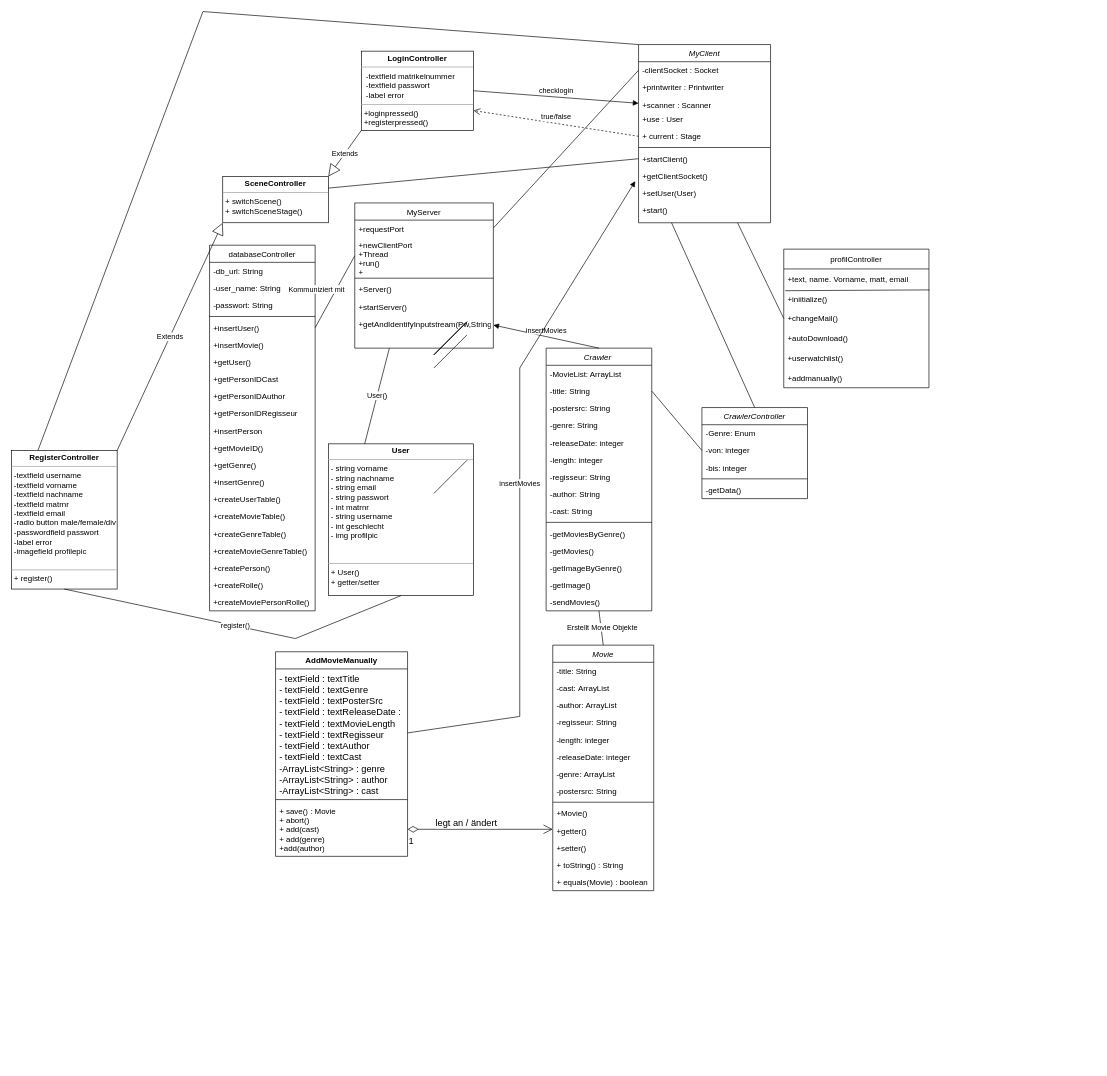
This is page "Page-1" (1 of 4) of Projektmappe/Klassendiagramme/Klassendiagramm3.drawio from Applegreen92/gruppe-h, a draw.io file, before an edit. Source tidied: cells renumbered, new cells numbered last; positions are measured from the earlier drawing's top-left corner, leaving out a move shared by most shapes. Both pictures are drawn from the tidied source at 66%, with x=0, y=0 at pixel (11, 11).
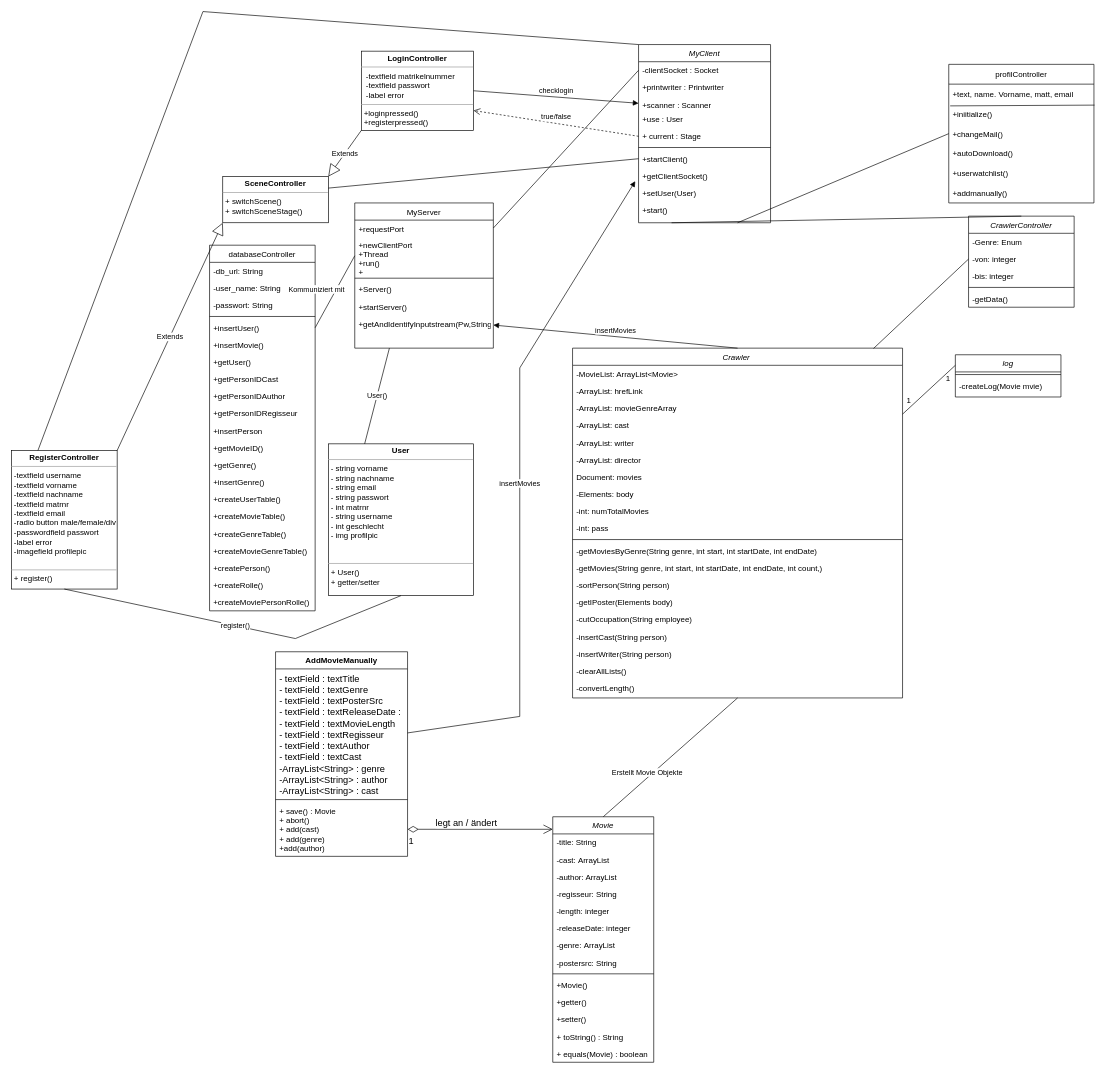
After the change.

Unchanged cells that the change refers to:
```xml
<mxCell id="42" value="-von: integer" style="text;align=left;verticalAlign=top;spacingLeft=4;spacingRight=4;overflow=hidden;points=[[0,0.5],[1,0.5]];portConstraint=eastwest;rounded=0;shadow=0;html=0;" parent="40" vertex="1">
  <mxGeometry y="52" width="160" height="26" as="geometry" />
</mxCell>
```

The edit, as a diff of the source:
```diff
@@
     <mxCell id="2" value="Crawler " style="swimlane;fontStyle=2;align=center;verticalAlign=top;horizontal=1;startSize=26;rounded=0;shadow=0;strokeWidth=1;" parent="1" vertex="1">
-      <mxGeometry x="810" y="510" width="160" height="398" as="geometry" />
+      <mxGeometry x="850" y="510" width="500" height="530" as="geometry" />
     </mxCell>
-    <mxCell id="3" value="-MovieList: ArrayList" style="text;align=left;verticalAlign=top;spacingLeft=4;spacingRight=4;overflow=hidden;" parent="2" vertex="1">
-      <mxGeometry y="26" width="160" height="26" as="geometry" />
+    <mxCell id="3" value="-MovieList: ArrayList&lt;Movie&gt;" style="text;align=left;verticalAlign=top;spacingLeft=4;spacingRight=4;overflow=hidden;" parent="2" vertex="1">
+      <mxGeometry y="26" width="500" height="26" as="geometry" />
     </mxCell>
-    <mxCell id="4" value="-title: String" style="text;align=left;verticalAlign=top;spacingLeft=4;spacingRight=4;overflow=hidden;points=[[0,0.5],[1,0.5]];portConstraint=eastwest;rounded=0;shadow=0;html=0;" parent="2" vertex="1">
-      <mxGeometry y="52" width="160" height="26" as="geometry" />
+    <mxCell id="4" value="-ArrayList: hrefLink" style="text;align=left;verticalAlign=top;spacingLeft=4;spacingRight=4;overflow=hidden;points=[[0,0.5],[1,0.5]];portConstraint=eastwest;rounded=0;shadow=0;html=0;" parent="2" vertex="1">
+      <mxGeometry y="52" width="500" height="26" as="geometry" />
     </mxCell>
-    <mxCell id="5" value="-postersrc: String" style="text;align=left;verticalAlign=top;spacingLeft=4;spacingRight=4;overflow=hidden;rounded=0;shadow=0;html=0;" parent="2" vertex="1">
-      <mxGeometry y="78" width="160" height="26" as="geometry" />
+    <mxCell id="5" value="-ArrayList: movieGenreArray" style="text;align=left;verticalAlign=top;spacingLeft=4;spacingRight=4;overflow=hidden;rounded=0;shadow=0;html=0;" parent="2" vertex="1">
+      <mxGeometry y="78" width="500" height="26" as="geometry" />
     </mxCell>
-    <mxCell id="6" value="-genre: String" style="text;align=left;verticalAlign=top;spacingLeft=4;spacingRight=4;overflow=hidden;" parent="2" vertex="1">
-      <mxGeometry y="104" width="160" height="26" as="geometry" />
+    <mxCell id="6" value="-ArrayList: cast&#10;" style="text;align=left;verticalAlign=top;spacingLeft=4;spacingRight=4;overflow=hidden;" parent="2" vertex="1">
+      <mxGeometry y="104" width="500" height="26" as="geometry" />
     </mxCell>
-    <mxCell id="7" value="-releaseDate: integer" style="text;align=left;verticalAlign=top;spacingLeft=4;spacingRight=4;overflow=hidden;rounded=0;shadow=0;html=0;" parent="2" vertex="1">
-      <mxGeometry y="130" width="160" height="26" as="geometry" />
+    <mxCell id="7" value="-ArrayList: writer" style="text;align=left;verticalAlign=top;spacingLeft=4;spacingRight=4;overflow=hidden;rounded=0;shadow=0;html=0;" parent="2" vertex="1">
+      <mxGeometry y="130" width="500" height="26" as="geometry" />
     </mxCell>
-    <mxCell id="8" value="-length: integer" style="text;align=left;verticalAlign=top;spacingLeft=4;spacingRight=4;overflow=hidden;" parent="2" vertex="1">
-      <mxGeometry y="156" width="160" height="26" as="geometry" />
+    <mxCell id="8" value="-ArrayList: director" style="text;align=left;verticalAlign=top;spacingLeft=4;spacingRight=4;overflow=hidden;" parent="2" vertex="1">
+      <mxGeometry y="156" width="500" height="26" as="geometry" />
     </mxCell>
+    <mxCell id="11" value="Document: movies" style="text;align=left;verticalAlign=top;spacingLeft=4;spacingRight=4;overflow=hidden;" parent="2" vertex="1">
+      <mxGeometry y="182" width="500" height="26" as="geometry" />
+    </mxCell>
+    <mxCell id="10" value="-Elements: body" style="text;align=left;verticalAlign=top;spacingLeft=4;spacingRight=4;overflow=hidden;rounded=0;shadow=0;html=0;" parent="2" vertex="1">
+      <mxGeometry y="208" width="500" height="26" as="geometry" />
+    </mxCell>
-    <mxCell id="9" value="-regisseur: String" style="text;align=left;verticalAlign=top;spacingLeft=4;spacingRight=4;overflow=hidden;" parent="2" vertex="1">
-      <mxGeometry y="182" width="160" height="26" as="geometry" />
+    <mxCell id="9" value="-int: numTotalMovies" style="text;align=left;verticalAlign=top;spacingLeft=4;spacingRight=4;overflow=hidden;" parent="2" vertex="1">
+      <mxGeometry y="234" width="500" height="26" as="geometry" />
     </mxCell>
-    <mxCell id="10" value="-author: String" style="text;align=left;verticalAlign=top;spacingLeft=4;spacingRight=4;overflow=hidden;rounded=0;shadow=0;html=0;" parent="2" vertex="1">
-      <mxGeometry y="208" width="160" height="26" as="geometry" />
-    </mxCell>
-    <mxCell id="11" value="-cast: String" style="text;align=left;verticalAlign=top;spacingLeft=4;spacingRight=4;overflow=hidden;" parent="2" vertex="1">
-      <mxGeometry y="234" width="160" height="26" as="geometry" />
-    </mxCell>
+    <mxCell id="120" value="-int: pass" style="text;align=left;verticalAlign=top;spacingLeft=4;spacingRight=4;overflow=hidden;" parent="2" vertex="1">
+      <mxGeometry y="260" width="500" height="26" as="geometry" />
+    </mxCell>
     <mxCell id="12" style="line;html=1;strokeWidth=1;align=left;verticalAlign=middle;spacingTop=-1;spacingLeft=3;spacingRight=3;labelPosition=right;" parent="2" vertex="1">
-      <mxGeometry y="260" width="160" height="8" as="geometry" />
+      <mxGeometry y="286" width="500" height="8" as="geometry" />
     </mxCell>
-    <mxCell id="13" value="-getMoviesByGenre()" style="text;align=left;verticalAlign=top;spacingLeft=4;spacingRight=4;overflow=hidden;" parent="2" vertex="1">
-      <mxGeometry y="268" width="160" height="26" as="geometry" />
+    <mxCell id="13" value="-getMoviesByGenre(String genre, int start, int startDate, int endDate)" style="text;align=left;verticalAlign=top;spacingLeft=4;spacingRight=4;overflow=hidden;" parent="2" vertex="1">
+      <mxGeometry y="294" width="500" height="26" as="geometry" />
     </mxCell>
-    <mxCell id="14" value="-getMovies()" style="text;align=left;verticalAlign=top;spacingLeft=4;spacingRight=4;overflow=hidden;" parent="2" vertex="1">
-      <mxGeometry y="294" width="160" height="26" as="geometry" />
+    <mxCell id="14" value="-getMovies(String genre, int start, int startDate, int endDate, int count,)&#10;" style="text;align=left;verticalAlign=top;spacingLeft=4;spacingRight=4;overflow=hidden;" parent="2" vertex="1">
+      <mxGeometry y="320" width="500" height="26" as="geometry" />
     </mxCell>
-    <mxCell id="15" value="-getImageByGenre()" style="text;align=left;verticalAlign=top;spacingLeft=4;spacingRight=4;overflow=hidden;" parent="2" vertex="1">
-      <mxGeometry y="320" width="160" height="26" as="geometry" />
+    <mxCell id="15" value="-sortPerson(String person)" style="text;align=left;verticalAlign=top;spacingLeft=4;spacingRight=4;overflow=hidden;" parent="2" vertex="1">
+      <mxGeometry y="346" width="500" height="26" as="geometry" />
     </mxCell>
-    <mxCell id="16" value="-getImage()" style="text;align=left;verticalAlign=top;spacingLeft=4;spacingRight=4;overflow=hidden;" parent="2" vertex="1">
-      <mxGeometry y="346" width="160" height="26" as="geometry" />
+    <mxCell id="16" value="-getIPoster(Elements body)" style="text;align=left;verticalAlign=top;spacingLeft=4;spacingRight=4;overflow=hidden;" parent="2" vertex="1">
+      <mxGeometry y="372" width="500" height="26" as="geometry" />
     </mxCell>
-    <mxCell id="17" value="-sendMovies()" style="text;align=left;verticalAlign=top;spacingLeft=4;spacingRight=4;overflow=hidden;" parent="2" vertex="1">
-      <mxGeometry y="372" width="160" height="26" as="geometry" />
+    <mxCell id="17" value="-cutOccupation(String employee)" style="text;align=left;verticalAlign=top;spacingLeft=4;spacingRight=4;overflow=hidden;" parent="2" vertex="1">
+      <mxGeometry y="398" width="500" height="26" as="geometry" />
     </mxCell>
+    <mxCell id="121" value="-insertCast(String person)" style="text;align=left;verticalAlign=top;spacingLeft=4;spacingRight=4;overflow=hidden;" parent="2" vertex="1">
+      <mxGeometry y="424" width="500" height="26" as="geometry" />
+    </mxCell>
+    <mxCell id="122" value="-insertWriter(String person)" style="text;align=left;verticalAlign=top;spacingLeft=4;spacingRight=4;overflow=hidden;" parent="2" vertex="1">
+      <mxGeometry y="450" width="500" height="26" as="geometry" />
+    </mxCell>
+    <mxCell id="123" value="-clearAllLists()" style="text;align=left;verticalAlign=top;spacingLeft=4;spacingRight=4;overflow=hidden;" parent="2" vertex="1">
+      <mxGeometry y="476" width="500" height="26" as="geometry" />
+    </mxCell>
+    <mxCell id="124" value="-convertLength()" style="text;align=left;verticalAlign=top;spacingLeft=4;spacingRight=4;overflow=hidden;" parent="2" vertex="1">
+      <mxGeometry y="502" width="500" height="26" as="geometry" />
+    </mxCell>
@@
     <mxCell id="40" value="CrawlerController" style="swimlane;fontStyle=2;align=center;verticalAlign=top;horizontal=1;startSize=26;rounded=0;shadow=0;strokeWidth=1;" parent="1" vertex="1">
-      <mxGeometry x="1046" y="600" width="160" height="138" as="geometry" />
+      <mxGeometry x="1450" y="310" width="160" height="138" as="geometry" />
     </mxCell>
@@
     <mxCell id="46" value="Movie" style="swimlane;fontStyle=2;align=center;verticalAlign=top;horizontal=1;startSize=26;rounded=0;shadow=0;strokeWidth=1;" parent="1" vertex="1">
-      <mxGeometry x="820" y="960" width="153" height="372" as="geometry" />
+      <mxGeometry x="820" y="1220" width="153" height="372" as="geometry" />
     </mxCell>
@@
-    <mxCell id="63" style="endArrow=none;html=1;rounded=0;entryX=0;entryY=0.5;entryDx=0;entryDy=0;exitX=1;exitY=0.5;exitDx=0;exitDy=0;" parent="1" edge="1" source="4" target="42">
+    <mxCell id="63" style="endArrow=none;html=1;rounded=0;entryX=0;entryY=0.5;entryDx=0;entryDy=0;exitX=0.912;exitY=0.001;exitDx=0;exitDy=0;exitPerimeter=0;" parent="1" edge="1" source="2" target="42">
       <mxGeometry relative="1" as="geometry" />
     </mxCell>
@@
-    <mxCell id="103" style="endArrow=none;html=1;rounded=0;" parent="1" edge="1">
-      <mxGeometry relative="1" as="geometry">
-        <mxPoint x="640" y="540" as="sourcePoint" />
-        <mxPoint x="690" y="490" as="targetPoint" />
-      </mxGeometry>
-    </mxCell>
@@
-    <mxCell id="105" style="endArrow=none;html=1;rounded=0;" parent="1" edge="1">
-      <mxGeometry relative="1" as="geometry">
-        <mxPoint x="640" y="520" as="sourcePoint" />
-        <mxPoint x="690" y="470" as="targetPoint" />
-      </mxGeometry>
-    </mxCell>
@@
-    <mxCell id="107" style="endArrow=none;html=1;rounded=0;" parent="1" edge="1">
-      <mxGeometry relative="1" as="geometry">
-        <mxPoint x="640" y="520" as="sourcePoint" />
-        <mxPoint x="690" y="470" as="targetPoint" />
-      </mxGeometry>
-    </mxCell>
-    <mxCell id="108" style="endArrow=none;html=1;rounded=0;" parent="1" edge="1">
-      <mxGeometry relative="1" as="geometry">
-        <mxPoint x="640" y="520" as="sourcePoint" />
-        <mxPoint x="690" y="470" as="targetPoint" />
-      </mxGeometry>
-    </mxCell>
@@
     <mxCell id="110" value="profilController" style="swimlane;fontStyle=0;horizontal=1;startSize=30;" parent="1" vertex="1">
-      <mxGeometry x="1170" y="360" width="220" height="210" as="geometry" />
+      <mxGeometry x="1420" y="80" width="220" height="210" as="geometry" />
     </mxCell>
@@
-    <mxCell id="118" style="endArrow=none;html=1;rounded=0;" parent="1" edge="1">
-      <mxGeometry relative="1" as="geometry">
-        <mxPoint x="640" y="730" as="sourcePoint" />
-        <mxPoint x="690" y="680" as="targetPoint" />
-      </mxGeometry>
-    </mxCell>
@@
+    <mxCell id="125" value="log" style="swimlane;fontStyle=2;align=center;verticalAlign=top;horizontal=1;startSize=26;rounded=0;shadow=0;strokeWidth=1;" parent="1" vertex="1">
+      <mxGeometry x="1430" y="520" width="160" height="64" as="geometry" />
+    </mxCell>
+    <mxCell id="126" style="line;html=1;strokeWidth=1;align=left;verticalAlign=middle;spacingTop=-1;spacingLeft=3;spacingRight=3;labelPosition=right;" parent="125" vertex="1">
+      <mxGeometry y="26" width="160" height="8" as="geometry" />
+    </mxCell>
+    <mxCell id="127" value="-createLog(Movie mvie)" style="text;align=left;verticalAlign=top;spacingLeft=4;spacingRight=4;overflow=hidden;" parent="125" vertex="1">
+      <mxGeometry y="34" width="160" height="30" as="geometry" />
+    </mxCell>
+    <mxCell id="128" style="endArrow=none;html=1;rounded=0;entryX=0;entryY=0.25;entryDx=0;entryDy=0;" parent="1" edge="1" target="125">
+      <mxGeometry relative="1" as="geometry">
+        <mxPoint x="1350" y="610" as="sourcePoint" />
+      </mxGeometry>
+    </mxCell>
+    <mxCell id="129" value="1" style="text;html=1;strokeColor=none;fillColor=none;align=center;verticalAlign=middle;whiteSpace=wrap;rounded=0;" parent="1" vertex="1">
+      <mxGeometry x="1350" y="580" width="20" height="20" as="geometry" />
+    </mxCell>
+    <mxCell id="130" value="1" style="text;strokeColor=none;fillColor=none;align=left;verticalAlign=middle;spacingLeft=4;spacingRight=4;overflow=hidden;" parent="1" vertex="1">
+      <mxGeometry x="1410" y="540" width="20" height="30" as="geometry" />
+    </mxCell>
```
